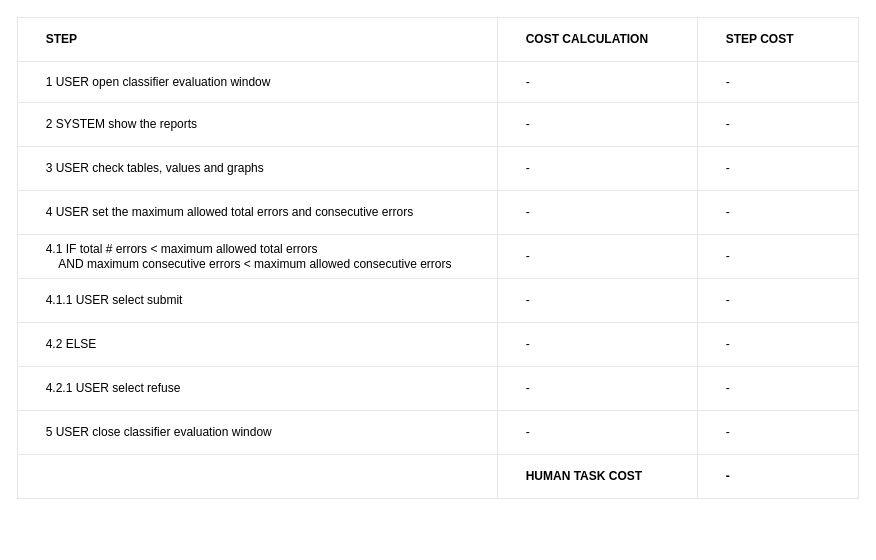
The draw.io diagram EVALUATE_CLASSIFIER_TABLE.drawio in BaffoBello14/AutomaticDamagesRecognition, before the edit. Source tidied: cells renumbered, new cells numbered last; positions are measured from the earlier drawing's top-left corner, leaving out a move shared by most shapes. Both pictures are drawn from the tidied source at 100%, with x=0, y=0 at pixel (17, 17).
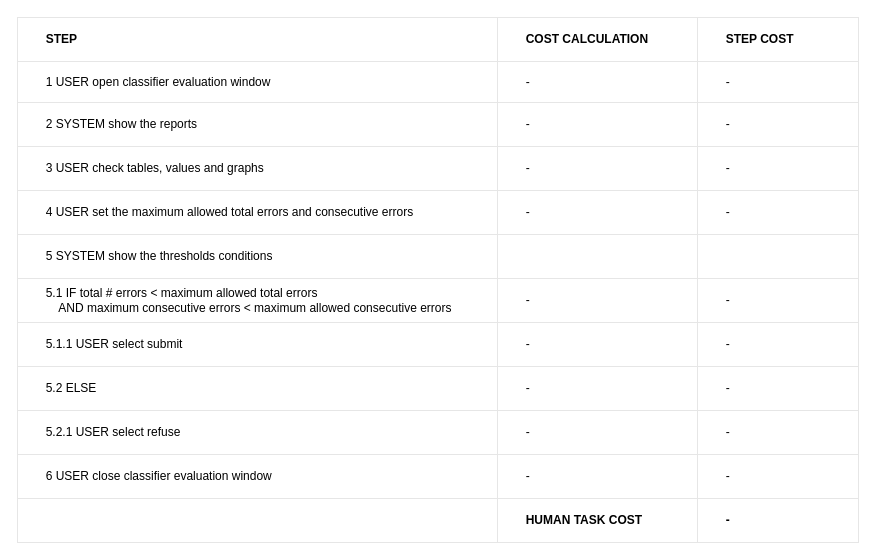
After the change.

Change to the diagram source:
```diff
@@
     <mxCell id="2" style="childLayout=tableLayout;shadow=0;strokeColor=#E6E6E6;align=left;" parent="1" vertex="1">
-      <mxGeometry width="841" height="481" as="geometry" />
+      <mxGeometry width="841" height="525" as="geometry" />
     </mxCell>
@@
+    <mxCell id="47" style="shape=tableRow;horizontal=0;startSize=0;swimlaneHead=0;swimlaneBody=0;top=0;left=0;bottom=0;right=0;fontStyle=0;fillColor=none;strokeColor=inherit;" parent="2" vertex="1">
+      <mxGeometry y="217" width="841" height="44" as="geometry" />
+    </mxCell>
+    <mxCell id="48" value="&lt;span style=&quot;white-space: pre;&quot;&gt;&#9;&lt;/span&gt;5 SYSTEM show the thresholds conditions" style="strokeColor=inherit;fillColor=none;align=left;whiteSpace=wrap;html=1;" parent="47" vertex="1">
+      <mxGeometry width="480" height="44" as="geometry" />
+    </mxCell>
+    <mxCell id="49" style="strokeColor=inherit;fillColor=none;align=left;whiteSpace=wrap;html=1;" parent="47" vertex="1">
+      <mxGeometry x="480" width="200" height="44" as="geometry" />
+    </mxCell>
+    <mxCell id="50" style="strokeColor=inherit;fillColor=none;align=left;whiteSpace=wrap;html=1;" parent="47" vertex="1">
+      <mxGeometry x="680" width="161" height="44" as="geometry" />
+    </mxCell>
     <mxCell id="23" style="shape=tableRow;horizontal=0;startSize=0;swimlaneHead=0;swimlaneBody=0;top=0;left=0;bottom=0;right=0;fontStyle=0;fillColor=none;strokeColor=inherit;" parent="2" vertex="1">
-      <mxGeometry y="217" width="841" height="44" as="geometry" />
+      <mxGeometry y="261" width="841" height="44" as="geometry" />
     </mxCell>
-    <mxCell id="24" value="&lt;span style=&quot;white-space: pre;&quot;&gt;&#9;&lt;/span&gt;4.1&amp;nbsp;IF total # errors &amp;lt; maximum allowed total errors &lt;br&gt;&lt;span style=&quot;white-space: pre;&quot;&gt;&#9;&lt;/span&gt;&amp;nbsp; &amp;nbsp; AND maximum consecutive errors&amp;nbsp;&amp;lt; maximum allowed consecutive errors" style="strokeColor=inherit;fillColor=none;align=left;whiteSpace=wrap;html=1;" parent="23" vertex="1">
+    <mxCell id="24" value="&lt;span style=&quot;white-space: pre;&quot;&gt;&#9;&lt;/span&gt;5.1&amp;nbsp;IF total # errors &amp;lt; maximum allowed total errors &lt;br&gt;&lt;span style=&quot;white-space: pre;&quot;&gt;&#9;&lt;/span&gt;&amp;nbsp; &amp;nbsp; AND maximum consecutive errors&amp;nbsp;&amp;lt; maximum allowed consecutive errors" style="strokeColor=inherit;fillColor=none;align=left;whiteSpace=wrap;html=1;" parent="23" vertex="1">
       <mxGeometry width="480" height="44" as="geometry" />
     </mxCell>
@@
     <mxCell id="27" style="shape=tableRow;horizontal=0;startSize=0;swimlaneHead=0;swimlaneBody=0;top=0;left=0;bottom=0;right=0;fontStyle=0;fillColor=none;strokeColor=inherit;" parent="2" vertex="1">
-      <mxGeometry y="261" width="841" height="44" as="geometry" />
+      <mxGeometry y="305" width="841" height="44" as="geometry" />
     </mxCell>
-    <mxCell id="28" value="&lt;span style=&quot;white-space: pre;&quot;&gt;&#9;&lt;/span&gt;4.1.1 USER select submit" style="strokeColor=inherit;fillColor=none;align=left;whiteSpace=wrap;html=1;" parent="27" vertex="1">
+    <mxCell id="28" value="&lt;span style=&quot;white-space: pre;&quot;&gt;&#9;&lt;/span&gt;5.1.1 USER select submit" style="strokeColor=inherit;fillColor=none;align=left;whiteSpace=wrap;html=1;" parent="27" vertex="1">
       <mxGeometry width="480" height="44" as="geometry" />
     </mxCell>
@@
     <mxCell id="31" style="shape=tableRow;horizontal=0;startSize=0;swimlaneHead=0;swimlaneBody=0;top=0;left=0;bottom=0;right=0;fontStyle=0;fillColor=none;strokeColor=inherit;" parent="2" vertex="1">
-      <mxGeometry y="305" width="841" height="44" as="geometry" />
+      <mxGeometry y="349" width="841" height="44" as="geometry" />
     </mxCell>
-    <mxCell id="32" value="&lt;span style=&quot;white-space: pre;&quot;&gt;&#9;&lt;/span&gt;4.2 ELSE" style="strokeColor=inherit;fillColor=none;align=left;whiteSpace=wrap;html=1;" parent="31" vertex="1">
+    <mxCell id="32" value="&lt;span style=&quot;white-space: pre;&quot;&gt;&#9;&lt;/span&gt;5.2 ELSE" style="strokeColor=inherit;fillColor=none;align=left;whiteSpace=wrap;html=1;" parent="31" vertex="1">
       <mxGeometry width="480" height="44" as="geometry" />
     </mxCell>
@@
     <mxCell id="35" style="shape=tableRow;horizontal=0;startSize=0;swimlaneHead=0;swimlaneBody=0;top=0;left=0;bottom=0;right=0;fontStyle=0;fillColor=none;strokeColor=inherit;" parent="2" vertex="1">
-      <mxGeometry y="349" width="841" height="44" as="geometry" />
+      <mxGeometry y="393" width="841" height="44" as="geometry" />
     </mxCell>
-    <mxCell id="36" value="&#9;&lt;span style=&quot;white-space: pre;&quot;&gt;&#9;&lt;/span&gt;4.2.1 USER select refuse" style="strokeColor=inherit;fillColor=none;align=left;whiteSpace=wrap;html=1;" parent="35" vertex="1">
+    <mxCell id="36" value="&#9;&lt;span style=&quot;white-space: pre;&quot;&gt;&#9;&lt;/span&gt;5.2.1 USER select refuse" style="strokeColor=inherit;fillColor=none;align=left;whiteSpace=wrap;html=1;" parent="35" vertex="1">
       <mxGeometry width="480" height="44" as="geometry" />
     </mxCell>
@@
     <mxCell id="39" style="shape=tableRow;horizontal=0;startSize=0;swimlaneHead=0;swimlaneBody=0;top=0;left=0;bottom=0;right=0;fontStyle=0;fillColor=none;strokeColor=inherit;" parent="2" vertex="1">
-      <mxGeometry y="393" width="841" height="44" as="geometry" />
+      <mxGeometry y="437" width="841" height="44" as="geometry" />
     </mxCell>
-    <mxCell id="40" value="&lt;span style=&quot;white-space: pre;&quot;&gt;&#9;&lt;/span&gt;5 USER close classifier evaluation window&amp;nbsp;" style="strokeColor=inherit;fillColor=none;align=left;whiteSpace=wrap;html=1;" parent="39" vertex="1">
+    <mxCell id="40" value="&lt;span style=&quot;white-space: pre;&quot;&gt;&#9;&lt;/span&gt;6&amp;nbsp;USER close classifier evaluation window&amp;nbsp;" style="strokeColor=inherit;fillColor=none;align=left;whiteSpace=wrap;html=1;" parent="39" vertex="1">
       <mxGeometry width="480" height="44" as="geometry" />
     </mxCell>
@@
     <mxCell id="43" style="shape=tableRow;horizontal=0;startSize=0;swimlaneHead=0;swimlaneBody=0;top=0;left=0;bottom=0;right=0;fontStyle=0;fillColor=none;strokeColor=inherit;" parent="2" vertex="1">
-      <mxGeometry y="437" width="841" height="44" as="geometry" />
+      <mxGeometry y="481" width="841" height="44" as="geometry" />
     </mxCell>
```
